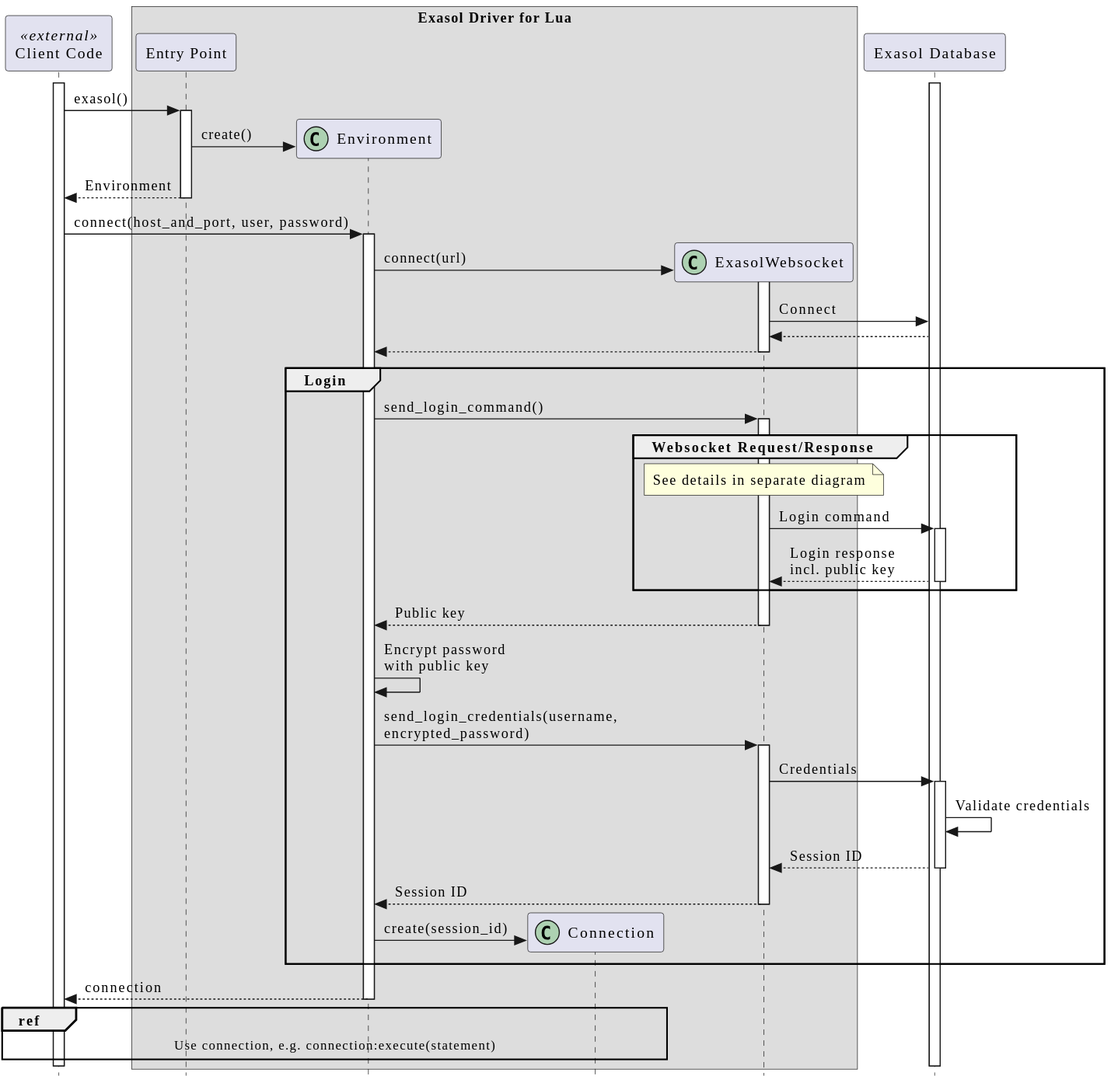
The PlantUML diagram doc/images/generated/seq_environment_connect.svg in exasol/exasol-driver-lua, before a commit. The source it was exported from:
```plantuml
@startuml seq_environment_connect
!include ../clean.skin

participant "Client Code" as client <<external>>
box "Exasol Driver for Lua"
participant "Entry Point"  as entry
participant Environment as env << (C,#ADD1B2) >>
participant Connection as conn << (C,#ADD1B2) >>
participant ExasolWebsocket as ws << (C,#ADD1B2) >>
end box
participant "Exasol Database" as db

activate client
activate db
client -> entry: exasol()
activate entry
create env
entry -> env: create()
client <-- entry: Environment
deactivate entry
client -> env: connect(host_and_port, user, password)
activate env
create ws
env -> ws: connect(url)
activate ws
ws -> db: Connect
db --> ws
ws --> env
deactivate ws
group Login
    env -> ws: send_login_command()
    activate ws
    group Websocket Request/Response
        note over ws: See details in separate diagram
        ws -> db: Login command
        activate db
        db --> ws: Login response\nincl. public key
        deactivate db
    end
    ws --> env: Public key
    deactivate ws
    env -> env: Encrypt password\nwith public key
    env -> ws: send_login_credentials(username,\nencrypted_password)
    activate ws
    ws -> db: Credentials
    activate db
    db -> db: Validate credentials
    db --> ws: Session ID
    deactivate db
    ws --> env: Session ID
    deactivate ws
    create conn
    env -> conn: create(session_id)
end
client <-- env: connection
deactivate env
ref over client, conn: Use connection, e.g. connection:execute(statement)
@enduml
```
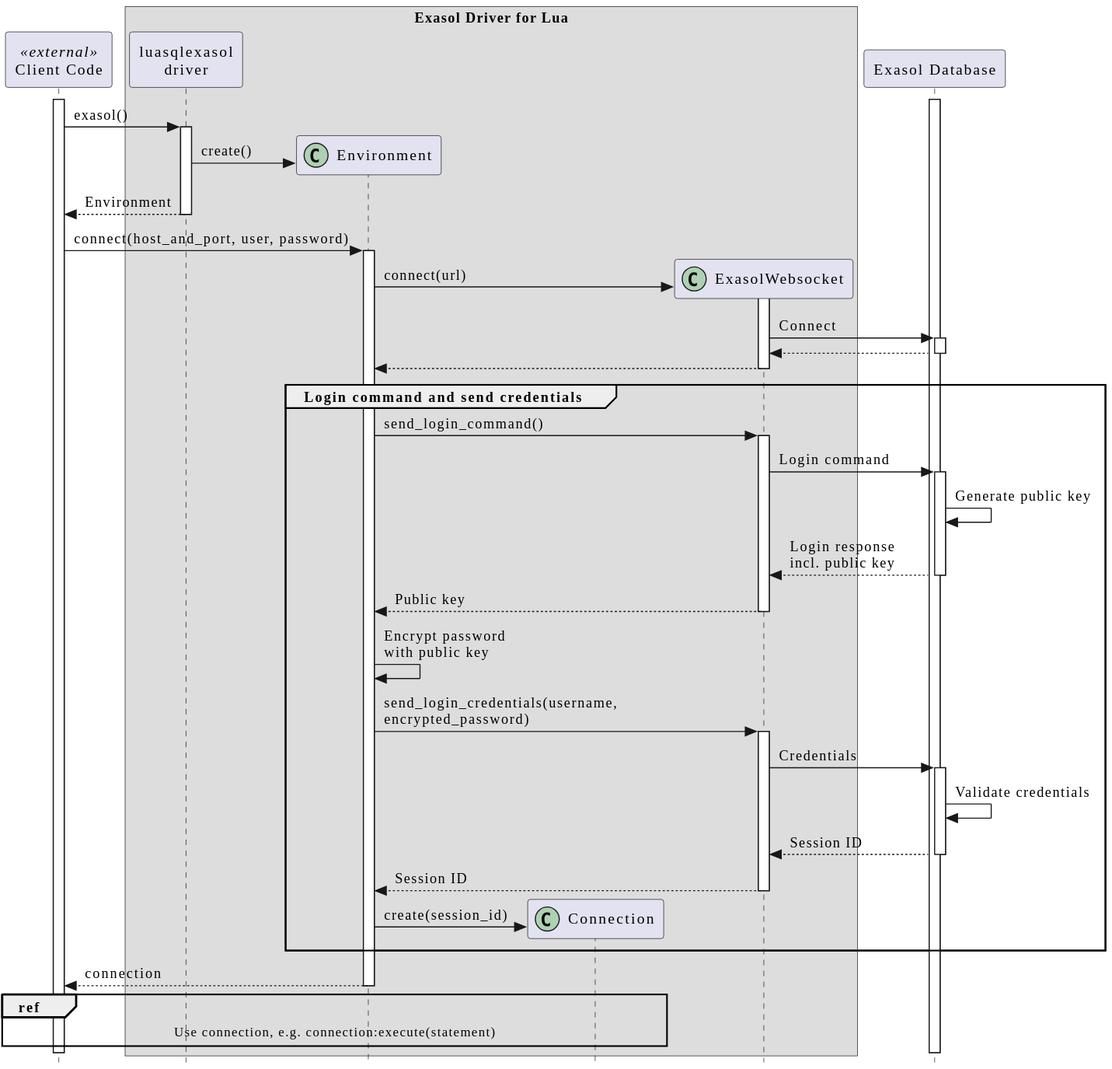
Later version of the same file.

Diff of the diagram source:
```diff
@@ -3,7 +3,7 @@
 
 participant "Client Code" as client <<external>>
 box "Exasol Driver for Lua"
-participant "Entry Point"  as entry
+participant "luasqlexasol\ndriver"  as entry
 participant Environment as env << (C,#ADD1B2) >>
 participant Connection as conn << (C,#ADD1B2) >>
 participant ExasolWebsocket as ws << (C,#ADD1B2) >>
@@ -24,19 +24,19 @@
 env -> ws: connect(url)
 activate ws
 ws -> db: Connect
+activate db
 db --> ws
+deactivate db
 ws --> env
 deactivate ws
-group Login
+group Login command and send credentials
     env -> ws: send_login_command()
     activate ws
-    group Websocket Request/Response
-        note over ws: See details in separate diagram
-        ws -> db: Login command
-        activate db
-        db --> ws: Login response\nincl. public key
-        deactivate db
-    end
+    ws -> db: Login command
+    activate db
+    db -> db : Generate public key
+    db --> ws: Login response\nincl. public key
+    deactivate db
     ws --> env: Public key
     deactivate ws
     env -> env: Encrypt password\nwith public key
```
